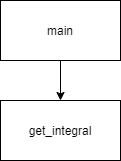
Before: lab8/Untitled Diagram.drawio.png, a diagram exported from draw.io (Gavair/Gavair.github.io). Source tidied: cells renumbered, new cells last; positions are measured from the earlier drawing's top-left corner, leaving out a move shared by most shapes.
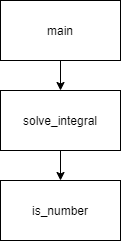
The same diagram one commit later.

The edit, as a diff of the source:
```diff
@@ -2,14 +2,20 @@
   <root>
     <mxCell id="0" />
     <mxCell id="1" parent="0" />
-    <mxCell id="2" style="edgeStyle=orthogonalEdgeStyle;rounded=0;jettySize=auto;html=1;exitX=0.5;exitY=1;exitDx=0;exitDy=0;" parent="1" edge="1" source="3" target="4">
-      <mxGeometry relative="1" as="geometry" />
-    </mxCell>
+    <mxCell id="5" style="edgeStyle=orthogonalEdgeStyle;rounded=0;jettySize=auto;html=1;" parent="1" edge="1" source="3" target="7">
+      <mxGeometry relative="1" as="geometry" />
+    </mxCell>
     <mxCell id="3" value="main" style="rounded=0;whiteSpace=wrap;html=1;" parent="1" vertex="1">
       <mxGeometry width="120" height="60" as="geometry" />
     </mxCell>
-    <mxCell id="4" value="get_integral" style="rounded=0;whiteSpace=wrap;html=1;" parent="1" vertex="1">
-      <mxGeometry y="100" width="120" height="60" as="geometry" />
-    </mxCell>
+    <mxCell id="6" style="edgeStyle=orthogonalEdgeStyle;rounded=0;jettySize=auto;html=1;" parent="1" edge="1" source="7" target="8">
+      <mxGeometry relative="1" as="geometry" />
+    </mxCell>
+    <mxCell id="7" value="solve_integral" style="rounded=0;whiteSpace=wrap;html=1;" parent="1" vertex="1">
+      <mxGeometry y="90" width="120" height="60" as="geometry" />
+    </mxCell>
+    <mxCell id="8" value="is_number" style="rounded=0;whiteSpace=wrap;html=1;" parent="1" vertex="1">
+      <mxGeometry y="180" width="120" height="60" as="geometry" />
+    </mxCell>
   </root>
 </mxGraphModel>
```
